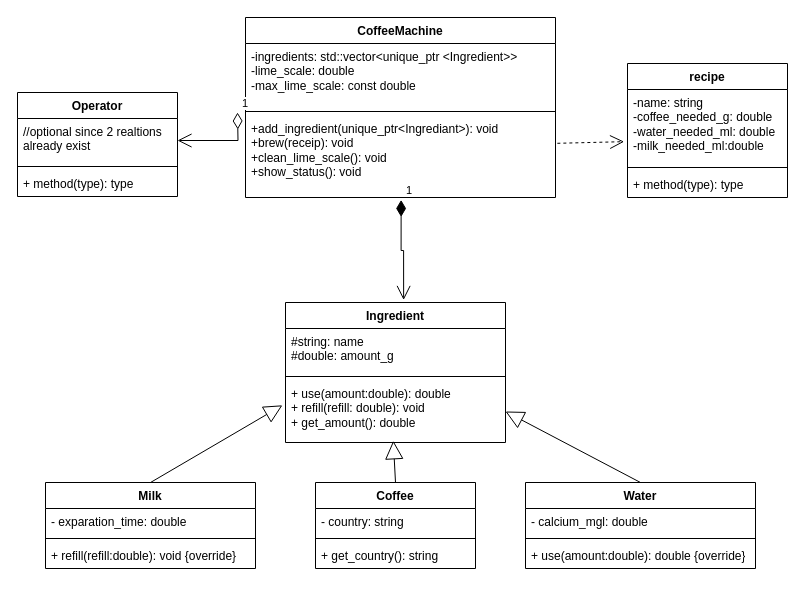
Before: UML/coffee_machine.drawio in JostMawick/coffee_machine, a draw.io diagram. Source tidied: cells renumbered, new cells numbered last; positions are measured from the earlier drawing's top-left corner, leaving out a move shared by most shapes. Both pictures are drawn from the tidied source at 100%, with x=0, y=0 at pixel (17, 17).
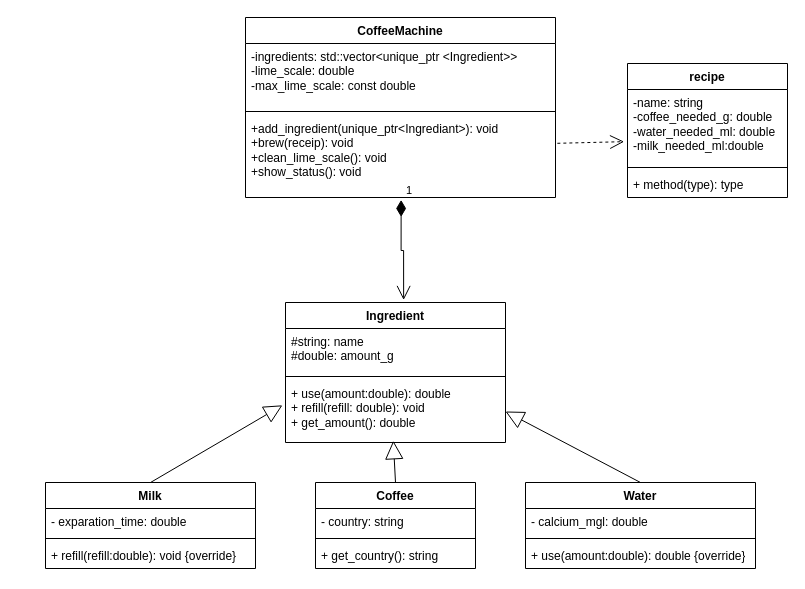
The same diagram, later.

Diff of the diagram source:
```diff
@@
-    <mxCell id="31" value="Operator" style="swimlane;fontStyle=1;align=center;verticalAlign=top;horizontal=1;startSize=26;whiteSpace=wrap;html=1;" parent="1" vertex="1">
-      <mxGeometry y="75" width="160" height="104" as="geometry" />
-    </mxCell>
-    <mxCell id="32" value="//optional since 2 realtions already exist" style="text;strokeColor=none;fillColor=none;align=left;verticalAlign=top;spacingLeft=4;spacingRight=4;overflow=hidden;points=[[0,0.5],[1,0.5]];portConstraint=eastwest;whiteSpace=wrap;html=1;" parent="31" vertex="1">
-      <mxGeometry y="26" width="160" height="44" as="geometry" />
-    </mxCell>
-    <mxCell id="33" style="line;strokeWidth=1;fillColor=none;align=left;verticalAlign=middle;spacingTop=-1;spacingLeft=3;spacingRight=3;labelPosition=right;strokeColor=inherit;" parent="31" vertex="1">
-      <mxGeometry y="70" width="160" height="8" as="geometry" />
-    </mxCell>
-    <mxCell id="34" value="+ method(type): type" style="text;strokeColor=none;fillColor=none;align=left;verticalAlign=top;spacingLeft=4;spacingRight=4;overflow=hidden;whiteSpace=wrap;html=1;" parent="31" vertex="1">
-      <mxGeometry y="78" width="160" height="26" as="geometry" />
-    </mxCell>
-    <mxCell id="35" value="1" style="endArrow=open;html=1;endSize=12;startArrow=diamondThin;startSize=14;startFill=0;edgeStyle=orthogonalEdgeStyle;align=left;verticalAlign=bottom;rounded=0;entryX=1;entryY=0.5;entryDx=0;entryDy=0;" parent="1" edge="1" target="32">
-      <mxGeometry x="-1" y="3" relative="1" as="geometry">
-        <mxPoint x="220" y="95" as="sourcePoint" />
-      </mxGeometry>
-    </mxCell>
```
